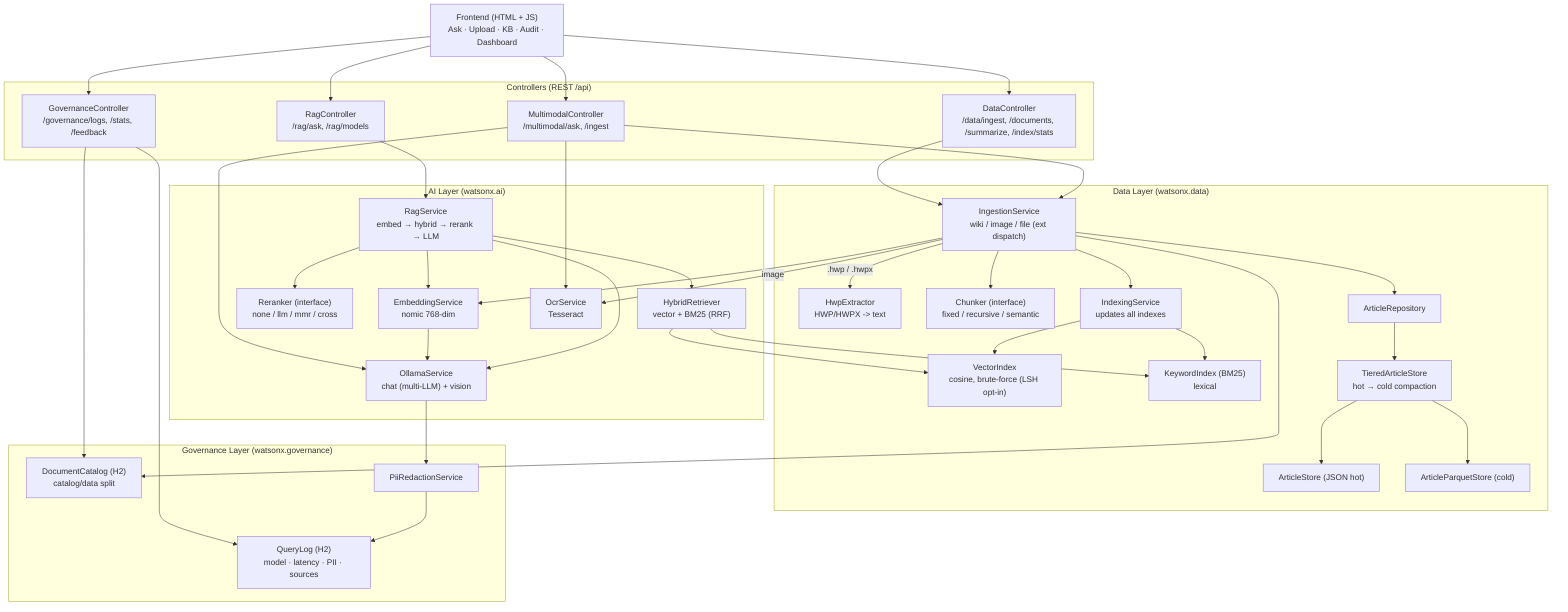
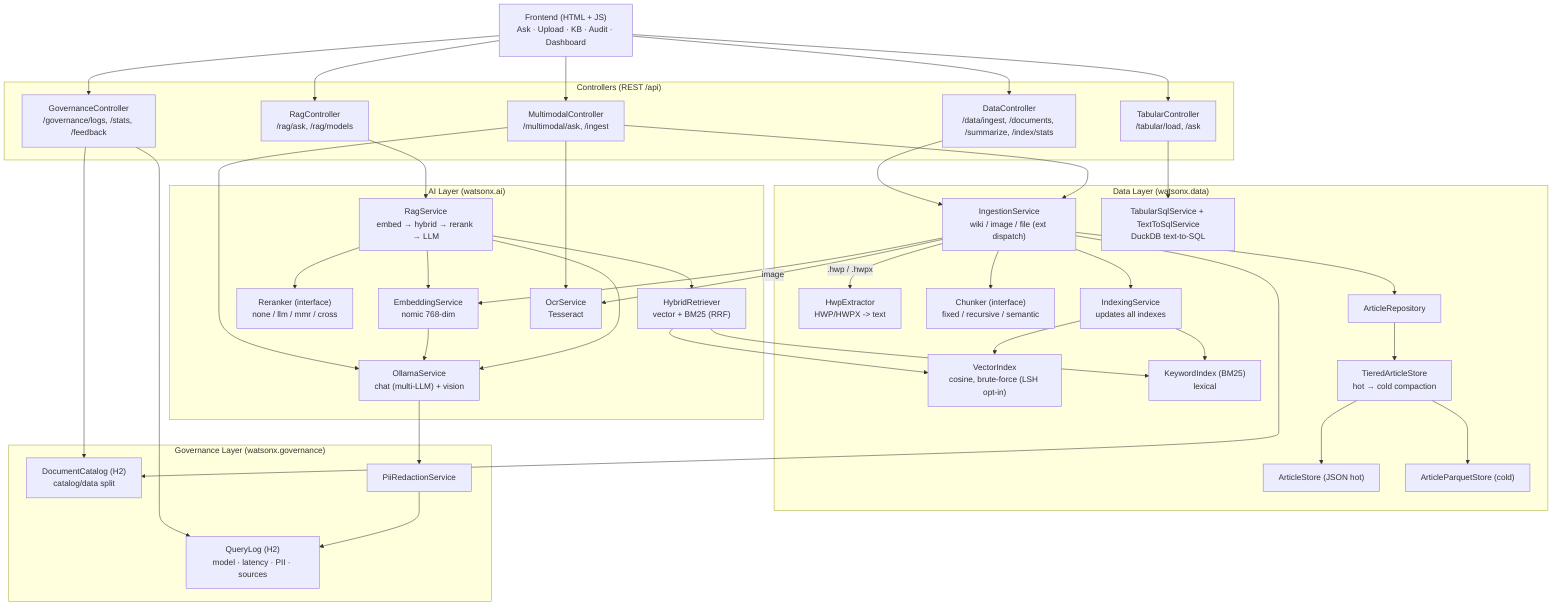
%% MiniWatson — Component Architecture
flowchart TB
    UI["Frontend (HTML + JS)<br/>Ask · Upload · KB · Audit · Dashboard"]

    subgraph CTRL["Controllers (REST /api)"]
        RC["RagController<br/>/rag/ask, /rag/models"]
        DC["DataController<br/>/data/ingest, /documents, /summarize, /index/stats"]
        MC["MultimodalController<br/>/multimodal/ask, /ingest"]
        GC["GovernanceController<br/>/governance/logs, /stats, /feedback"]
+         TC["TabularController<br/>/tabular/load, /ask"]
    end

    subgraph AI["AI Layer (watsonx.ai)"]
        RAG["RagService<br/>embed → hybrid → rerank → LLM"]
        HR["HybridRetriever<br/>vector + BM25 (RRF)"]
        RR["Reranker (interface)<br/>none / llm / mmr / cross"]
        EMB["EmbeddingService<br/>nomic 768-dim"]
        OLL["OllamaService<br/>chat (multi-LLM) + vision"]
        OCR["OcrService<br/>Tesseract"]
    end

    subgraph DATA["Data Layer (watsonx.data)"]
        ING["IngestionService<br/>wiki / image / file (ext dispatch)"]
        HWP["HwpExtractor<br/>HWP/HWPX -> text"]
        CHK["Chunker (interface)<br/>fixed / recursive / semantic"]
        IDX["IndexingService<br/>updates all indexes"]
        VEC["VectorIndex<br/>cosine, brute-force (LSH opt-in)"]
        KW["KeywordIndex (BM25)<br/>lexical"]
        REPO["ArticleRepository"]
        HOT["ArticleStore (JSON hot)"]
        COLD["ArticleParquetStore (cold)"]
        TIER["TieredArticleStore<br/>hot → cold compaction"]
+         SQL["TabularSqlService + TextToSqlService<br/>DuckDB text-to-SQL"]
    end

    subgraph GOV["Governance Layer (watsonx.governance)"]
        QLOG["QueryLog (H2)<br/>model · latency · PII · sources"]
        CAT["DocumentCatalog (H2)<br/>catalog/data split"]
        PII["PiiRedactionService"]
    end

-     UI --> RC & DC & MC & GC
+     UI --> RC & DC & MC & GC & TC
    RC --> RAG
+     TC --> SQL
    DC --> ING
    MC --> OLL & OCR & ING
    GC --> QLOG & CAT

    RAG --> EMB --> OLL
    RAG --> HR --> VEC & KW
    RAG --> RR
    RAG --> OLL
    OLL --> PII --> QLOG

    ING -->|".hwp / .hwpx"| HWP
    ING -->|"image"| OCR
    ING --> CHK
    ING --> EMB
    ING --> IDX --> VEC & KW
    ING --> REPO
    ING --> CAT

    REPO --> TIER --> HOT & COLD
